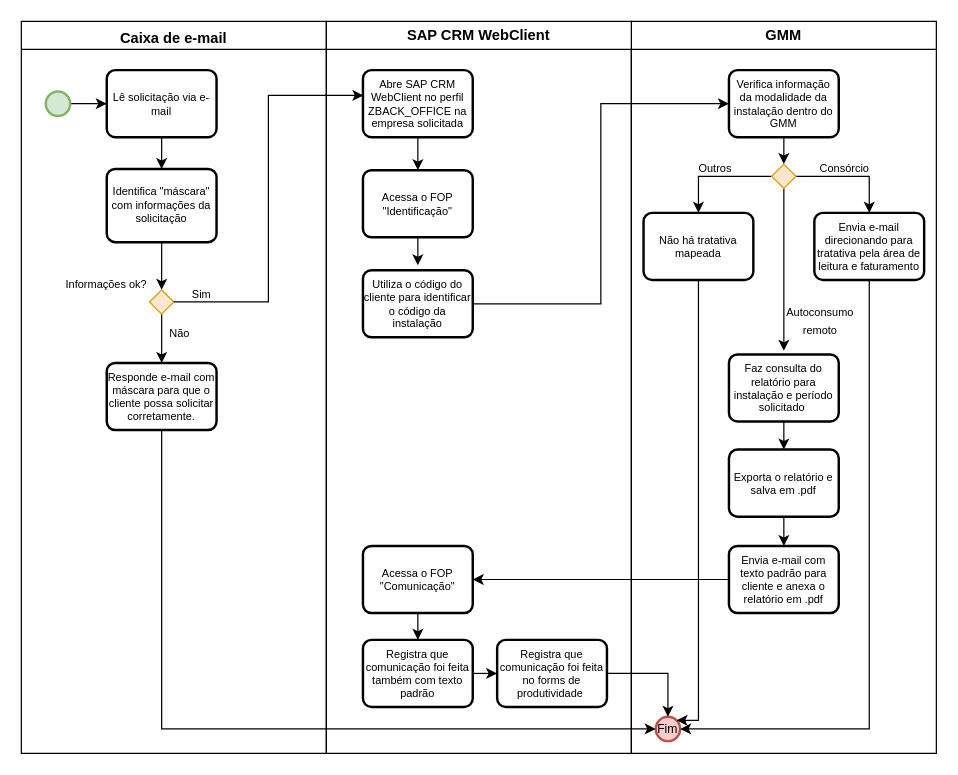
Earlier version of the draw.io diagram DemonstrativoMMGD.drawio (dennysoneliseu/diagrams). Source tidied: cells renumbered, new cells numbered last; positions are measured from the earlier drawing's top-left corner, leaving out a move shared by most shapes. Both pictures are drawn from the tidied source at 122%, with x=0, y=0 at pixel (21, 21).
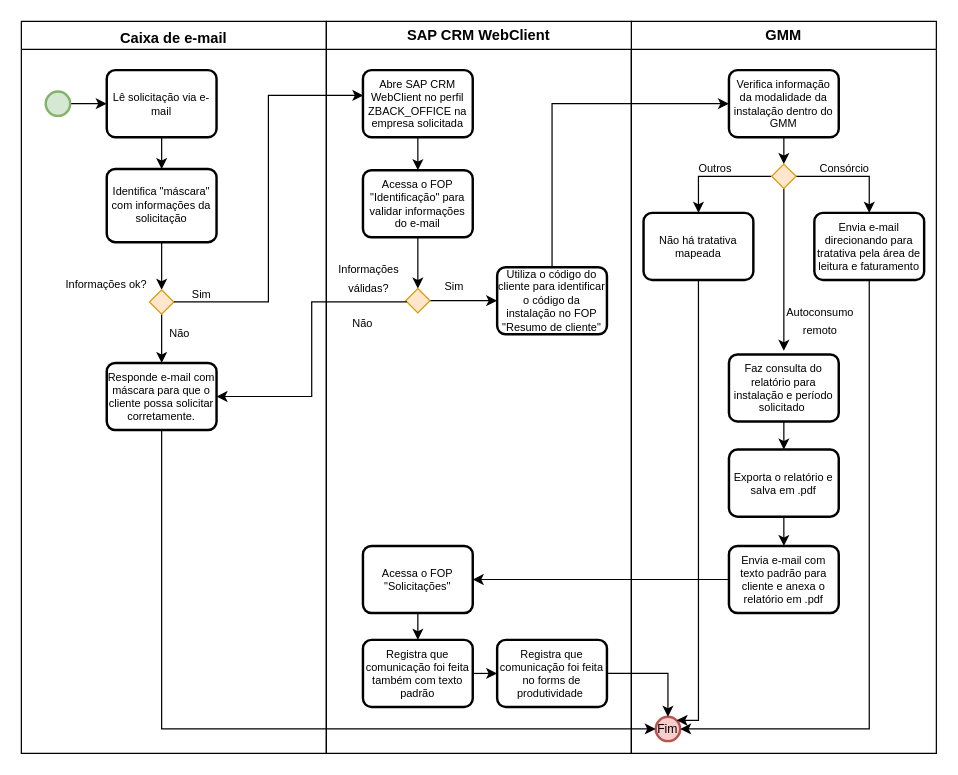
The same page after the edit.

Unchanged cells that the change refers to:
```xml
<mxCell id="11" value="Responde e-mail com máscara para que o cliente possa solicitar corretamente." style="rounded=1;whiteSpace=wrap;html=1;absoluteArcSize=1;arcSize=14;strokeWidth=2;fontSize=9;" parent="2" vertex="1">
  <mxGeometry x="70" y="280" width="90" height="55" as="geometry" />
</mxCell>
<mxCell id="17" value="Verifica informação da modalidade da instalação dentro do GMM" style="rounded=1;whiteSpace=wrap;html=1;absoluteArcSize=1;arcSize=14;strokeWidth=2;fontSize=9;" parent="15" vertex="1">
  <mxGeometry x="80" y="40" width="90" height="55" as="geometry" />
</mxCell>
<mxCell id="35" value="SAP CRM WebClient" style="swimlane;whiteSpace=wrap;html=1;" parent="1" vertex="1">
  <mxGeometry x="250" width="250" height="600" as="geometry" />
</mxCell>
```

What changed in the source:
```diff
@@
-    <mxCell id="36" style="edgeStyle=orthogonalEdgeStyle;rounded=0;jettySize=auto;html=1;" parent="35" edge="1" source="37">
-      <mxGeometry relative="1" as="geometry">
-        <mxPoint x="75" y="200" as="targetPoint" />
-      </mxGeometry>
-    </mxCell>
+    <mxCell id="51" style="edgeStyle=orthogonalEdgeStyle;rounded=0;jettySize=auto;html=1;entryX=0.5;entryY=0;entryDx=0;entryDy=0;" parent="35" edge="1" source="37" target="53">
+      <mxGeometry relative="1" as="geometry" />
+    </mxCell>
-    <mxCell id="37" value="Acessa o FOP &quot;Identificação&quot;" style="rounded=1;whiteSpace=wrap;html=1;absoluteArcSize=1;arcSize=14;strokeWidth=2;fontSize=9;" parent="35" vertex="1">
+    <mxCell id="37" value="Acessa o FOP &quot;Identificação&quot; para validar informações do e-mail" style="rounded=1;whiteSpace=wrap;html=1;absoluteArcSize=1;arcSize=14;strokeWidth=2;fontSize=9;" parent="35" vertex="1">
       <mxGeometry x="30" y="122" width="90" height="55" as="geometry" />
     </mxCell>
-    <mxCell id="38" value="Utiliza o código do cliente para identificar o código da instalação" style="rounded=1;whiteSpace=wrap;html=1;absoluteArcSize=1;arcSize=14;strokeWidth=2;fontSize=9;" parent="35" vertex="1">
-      <mxGeometry x="30" y="204" width="90" height="55" as="geometry" />
+    <mxCell id="38" value="Utiliza o código do cliente para identificar o código da instalação no FOP &quot;Resumo de cliente&quot;" style="rounded=1;whiteSpace=wrap;html=1;absoluteArcSize=1;arcSize=14;strokeWidth=2;fontSize=9;" parent="35" vertex="1">
+      <mxGeometry x="140" y="201.5" width="90" height="55" as="geometry" />
     </mxCell>
@@
-    <mxCell id="40" value="Acessa o FOP &quot;Comunicação&quot;" style="rounded=1;whiteSpace=wrap;html=1;absoluteArcSize=1;arcSize=14;strokeWidth=2;fontSize=9;" parent="35" vertex="1">
+    <mxCell id="40" value="Acessa o FOP &quot;Solicitações&quot;" style="rounded=1;whiteSpace=wrap;html=1;absoluteArcSize=1;arcSize=14;strokeWidth=2;fontSize=9;" parent="35" vertex="1">
       <mxGeometry x="30" y="430" width="90" height="55" as="geometry" />
     </mxCell>
@@
+    <mxCell id="52" style="edgeStyle=orthogonalEdgeStyle;rounded=0;jettySize=auto;html=1;exitX=1;exitY=0.5;exitDx=0;exitDy=0;" parent="35" edge="1" source="53" target="38">
+      <mxGeometry relative="1" as="geometry" />
+    </mxCell>
+    <mxCell id="53" style="rhombus;whiteSpace=wrap;html=1;fillColor=#ffe6cc;strokeColor=#d79b00;" parent="35" vertex="1">
+      <mxGeometry x="65" y="219" width="20" height="20" as="geometry" />
+    </mxCell>
+    <mxCell id="54" value="&lt;font style=&quot;font-size: 9px;&quot;&gt;Informações válidas?&lt;/font&gt;" style="text;html=1;align=center;verticalAlign=middle;whiteSpace=wrap;rounded=0;" parent="35" vertex="1">
+      <mxGeometry y="195" width="70" height="30" as="geometry" />
+    </mxCell>
+    <mxCell id="55" value="&lt;font style=&quot;font-size: 9px;&quot;&gt;Sim&lt;/font&gt;" style="text;html=1;align=center;verticalAlign=middle;whiteSpace=wrap;rounded=0;" parent="35" vertex="1">
+      <mxGeometry x="70" y="201.5" width="70" height="30" as="geometry" />
+    </mxCell>
+    <mxCell id="56" value="&lt;font style=&quot;font-size: 9px;&quot;&gt;Não&lt;/font&gt;" style="text;html=1;align=center;verticalAlign=middle;whiteSpace=wrap;rounded=0;" parent="35" vertex="1">
+      <mxGeometry x="-5" y="231.5" width="70" height="30" as="geometry" />
+    </mxCell>
@@
-    <mxCell id="47" style="edgeStyle=orthogonalEdgeStyle;rounded=0;jettySize=auto;html=1;entryX=0;entryY=0.5;entryDx=0;entryDy=0;" parent="1" edge="1" source="38" target="17">
-      <mxGeometry relative="1" as="geometry" />
-    </mxCell>
@@
+    <mxCell id="57" style="edgeStyle=orthogonalEdgeStyle;rounded=0;jettySize=auto;html=1;entryX=1;entryY=0.5;entryDx=0;entryDy=0;" parent="1" edge="1" source="53" target="11">
+      <mxGeometry relative="1" as="geometry">
+        <Array as="points">
+          <mxPoint x="238" y="230" />
+          <mxPoint x="238" y="308" />
+        </Array>
+      </mxGeometry>
+    </mxCell>
+    <mxCell id="47" style="edgeStyle=orthogonalEdgeStyle;rounded=0;jettySize=auto;html=1;entryX=0;entryY=0.5;entryDx=0;entryDy=0;" parent="1" edge="1" source="38" target="17">
+      <mxGeometry relative="1" as="geometry">
+        <Array as="points">
+          <mxPoint x="435" y="68" />
+        </Array>
+      </mxGeometry>
+    </mxCell>
```
